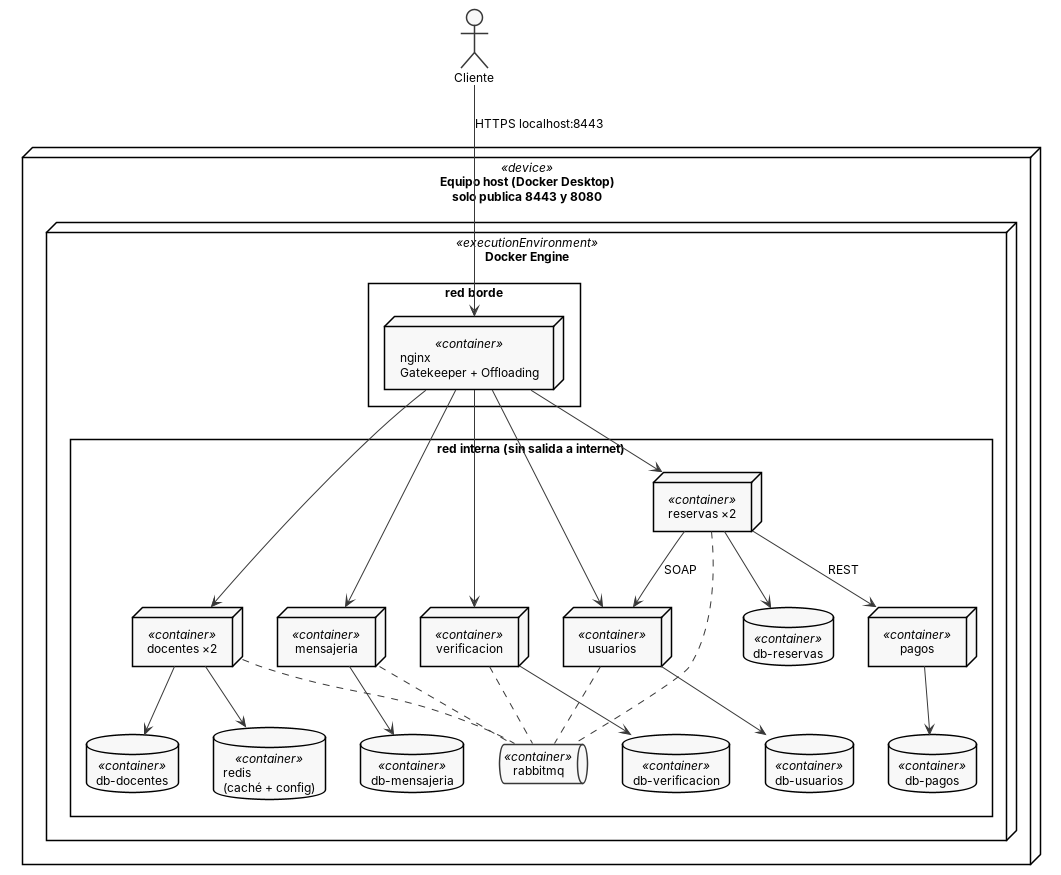
Above: docs/ut5/despliegue.png in SebastianCuneo/tutorYA (PlantUML), before the change. Its source is kept beside it as docs/ut5/despliegue.puml.
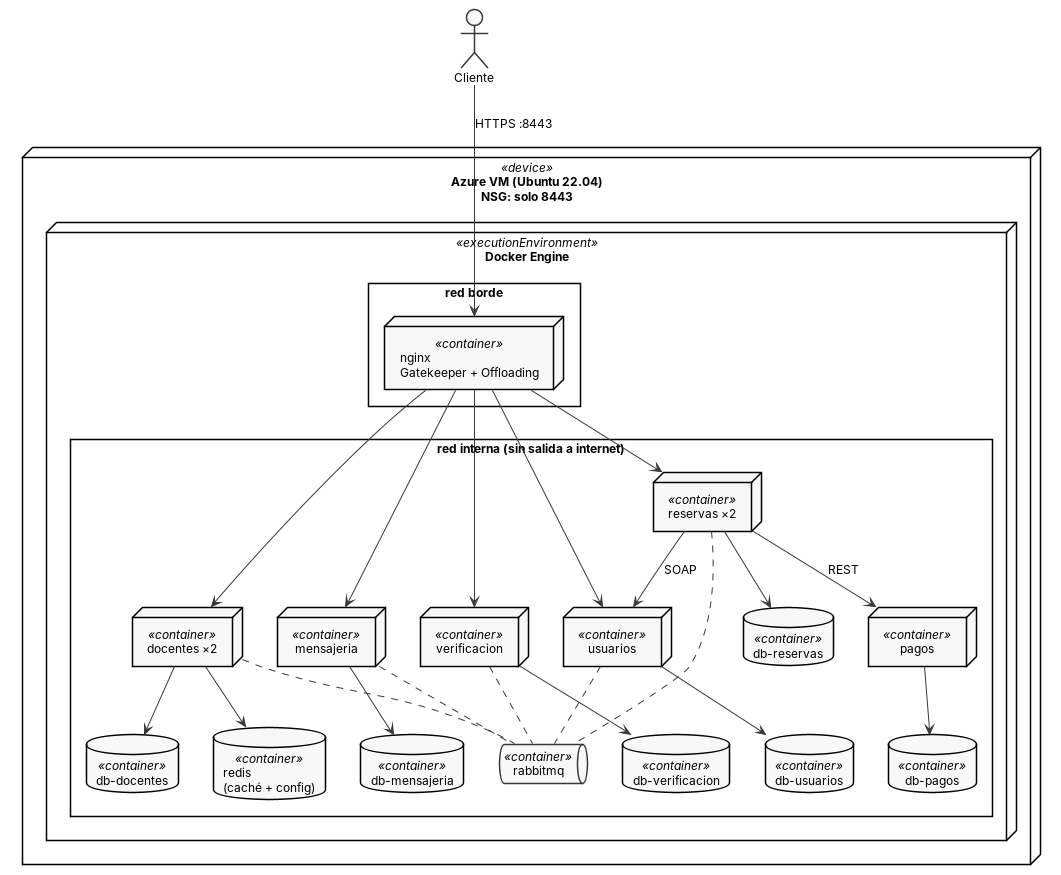
Above is the later version.

Commit message:
UT5: diagrama de despliegue vuelve a la VM de Azure (despliegue previsto)

Claude-Session: https://claude.ai/code/session_01Mu2WUyvK3Cd1Sy9WUUAcde

The edit, as a diff of the source:
```diff
@@ -6,7 +6,7 @@
 skinparam backgroundColor white
 
 actor Cliente
-node "Equipo host (Docker Desktop)\nsolo publica 8443 y 8080" <<device>> as VM {
+node "Azure VM (Ubuntu 22.04)\nNSG: solo 8443" <<device>> as VM {
   node "Docker Engine" <<executionEnvironment>> as DE {
     rectangle "red borde" {
       node "nginx\nGatekeeper + Offloading" <<container>> as NG
@@ -30,7 +30,7 @@
   }
 }
 
-Cliente --> NG : HTTPS localhost:8443
+Cliente --> NG : HTTPS :8443
 NG --> cu
 NG --> cd
 NG --> cm
```
